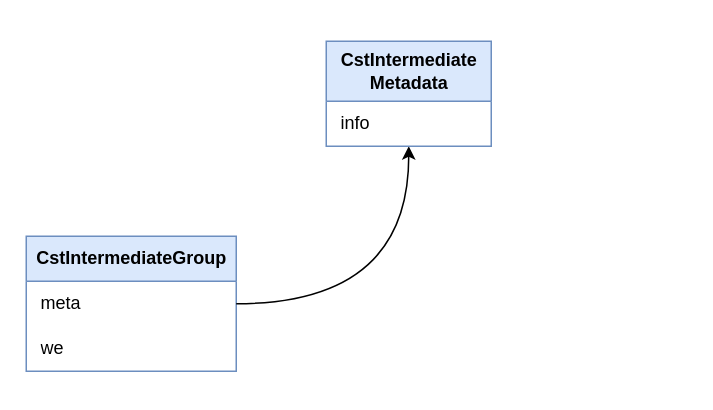
Before: llang.drawio in lhwdev/llang, a draw.io diagram. Source tidied: cells renumbered, new cells numbered last; positions are measured from the earlier drawing's top-left corner, leaving out a move shared by most shapes. Both pictures are drawn from the tidied source at 150%, with x=0, y=0 at pixel (26, 40).
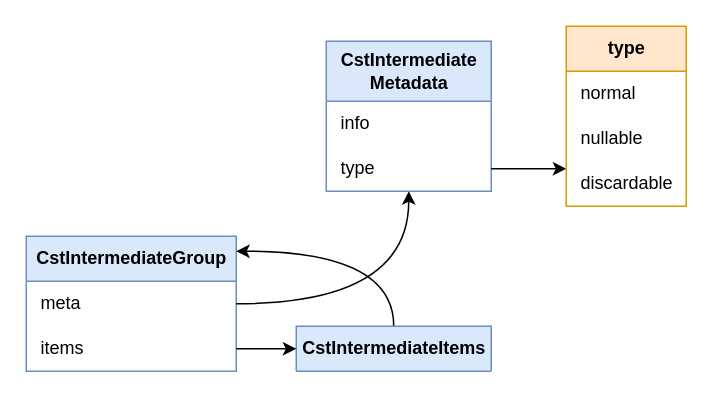
The same diagram, later.

The change refers to these unchanged cells:
```xml
<mxCell id="2" value="&lt;b&gt;CstIntermediateGroup&lt;/b&gt;" style="swimlane;horizontal=1;startSize=30;html=1;arcSize=26;fillColor=#dae8fc;strokeColor=#6c8ebf;" parent="1" vertex="1">
  <mxGeometry y="130" width="140" height="90" as="geometry" />
</mxCell>
```

The edit, as a diff of the source:
```diff
@@
-    <mxCell id="4" value="we" style="text;strokeColor=none;fillColor=none;align=left;verticalAlign=middle;spacingLeft=4;spacingRight=4;overflow=hidden;points=[[0,0.5],[1,0.5]];portConstraint=eastwest;whiteSpace=wrap;html=1;spacingTop=0;spacing=6;" parent="2" vertex="1">
+    <mxCell id="4" value="items" style="text;strokeColor=none;fillColor=none;align=left;verticalAlign=middle;spacingLeft=4;spacingRight=4;overflow=hidden;points=[[0,0.5],[1,0.5]];portConstraint=eastwest;whiteSpace=wrap;html=1;spacingTop=0;spacing=6;" parent="2" vertex="1">
       <mxGeometry y="60" width="140" height="30" as="geometry" />
     </mxCell>
@@
     <mxCell id="6" value="&lt;b&gt;CstIntermediate&lt;/b&gt;&lt;div&gt;&lt;b&gt;Metadata&lt;/b&gt;&lt;/div&gt;" style="swimlane;horizontal=1;startSize=40;html=1;arcSize=26;fillColor=#dae8fc;strokeColor=#6c8ebf;" parent="1" vertex="1">
-      <mxGeometry x="200" width="110" height="70" as="geometry" />
+      <mxGeometry x="200" width="110" height="100" as="geometry" />
     </mxCell>
@@
+    <mxCell id="8" value="type" style="text;strokeColor=none;fillColor=none;align=left;verticalAlign=middle;spacingLeft=4;spacingRight=4;overflow=hidden;points=[[0,0.5],[1,0.5]];portConstraint=eastwest;whiteSpace=wrap;html=1;spacingTop=0;spacing=6;" parent="6" vertex="1">
+      <mxGeometry y="70" width="110" height="30" as="geometry" />
+    </mxCell>
+    <mxCell id="9" style="edgeStyle=orthogonalEdgeStyle;shape=connector;curved=1;rounded=0;jettySize=auto;html=1;strokeColor=default;align=center;verticalAlign=middle;fontFamily=Helvetica;fontSize=12;fontColor=default;labelBackgroundColor=default;endArrow=classic;" parent="1" edge="1" source="8" target="10">
+      <mxGeometry relative="1" as="geometry">
+        <Array as="points">
+          <mxPoint x="350" y="85" />
+          <mxPoint x="350" y="85" />
+        </Array>
+      </mxGeometry>
+    </mxCell>
+    <mxCell id="10" value="&lt;b&gt;type&lt;/b&gt;" style="swimlane;horizontal=1;startSize=30;html=1;arcSize=26;fillColor=#ffe6cc;strokeColor=#d79b00;" parent="1" vertex="1">
+      <mxGeometry x="360" y="-10" width="80" height="120" as="geometry" />
+    </mxCell>
+    <mxCell id="11" value="normal&lt;span style=&quot;white-space: pre;&quot;&gt;&#9;&lt;/span&gt;" style="text;strokeColor=none;fillColor=none;align=left;verticalAlign=middle;spacingLeft=4;spacingRight=4;overflow=hidden;whiteSpace=wrap;html=1;spacingTop=0;spacing=6;" parent="10" vertex="1">
+      <mxGeometry y="30" width="80" height="30" as="geometry" />
+    </mxCell>
+    <mxCell id="12" value="nullable" style="text;strokeColor=none;fillColor=none;align=left;verticalAlign=middle;spacingLeft=4;spacingRight=4;overflow=hidden;whiteSpace=wrap;html=1;spacingTop=0;spacing=6;" parent="10" vertex="1">
+      <mxGeometry y="60" width="80" height="30" as="geometry" />
+    </mxCell>
+    <mxCell id="13" value="discardable" style="text;strokeColor=none;fillColor=none;align=left;verticalAlign=middle;spacingLeft=4;spacingRight=4;overflow=hidden;whiteSpace=wrap;html=1;spacingTop=0;spacing=6;" parent="10" vertex="1">
+      <mxGeometry y="90" width="80" height="30" as="geometry" />
+    </mxCell>
+    <mxCell id="14" style="edgeStyle=orthogonalEdgeStyle;shape=connector;curved=1;rounded=0;jettySize=auto;html=1;strokeColor=default;align=center;verticalAlign=middle;fontFamily=Helvetica;fontSize=12;fontColor=default;labelBackgroundColor=default;endArrow=classic;" parent="1" edge="1" source="15" target="2">
+      <mxGeometry relative="1" as="geometry">
+        <Array as="points">
+          <mxPoint x="245" y="140" />
+        </Array>
+      </mxGeometry>
+    </mxCell>
+    <mxCell id="15" value="&lt;b&gt;CstIntermediateItems&lt;/b&gt;" style="swimlane;horizontal=1;startSize=30;html=1;arcSize=26;fillColor=#dae8fc;strokeColor=#6c8ebf;" parent="1" vertex="1">
+      <mxGeometry x="180" y="190" width="130" height="30" as="geometry" />
+    </mxCell>
+    <mxCell id="16" style="edgeStyle=orthogonalEdgeStyle;shape=connector;curved=1;rounded=0;orthogonalLoop=1;jettySize=auto;html=1;exitX=0.5;exitY=1;exitDx=0;exitDy=0;strokeColor=default;align=center;verticalAlign=middle;fontFamily=Helvetica;fontSize=12;fontColor=default;labelBackgroundColor=default;endArrow=classic;" parent="1" edge="1" source="15" target="15">
+      <mxGeometry relative="1" as="geometry" />
+    </mxCell>
+    <mxCell id="17" style="edgeStyle=orthogonalEdgeStyle;shape=connector;curved=1;rounded=0;jettySize=auto;html=1;strokeColor=default;align=center;verticalAlign=middle;fontFamily=Helvetica;fontSize=12;fontColor=default;labelBackgroundColor=default;endArrow=classic;" parent="1" edge="1" source="4" target="15">
+      <mxGeometry relative="1" as="geometry" />
+    </mxCell>
```
